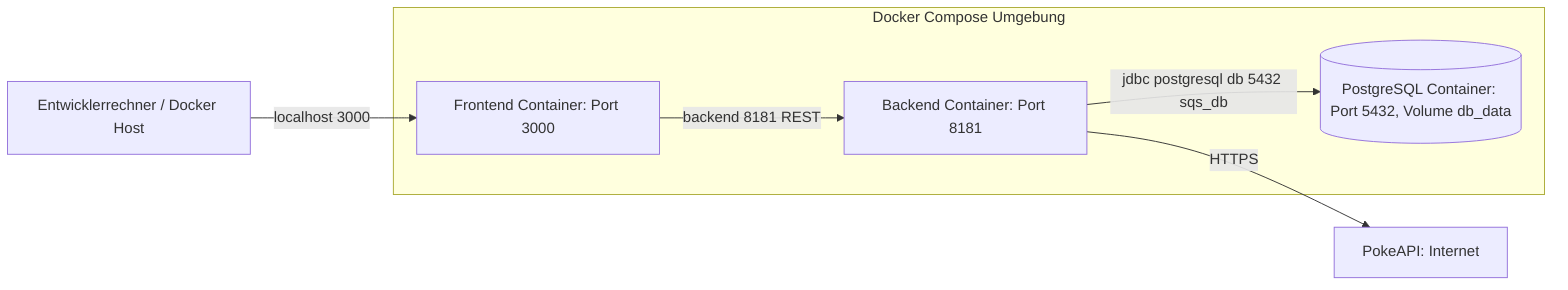
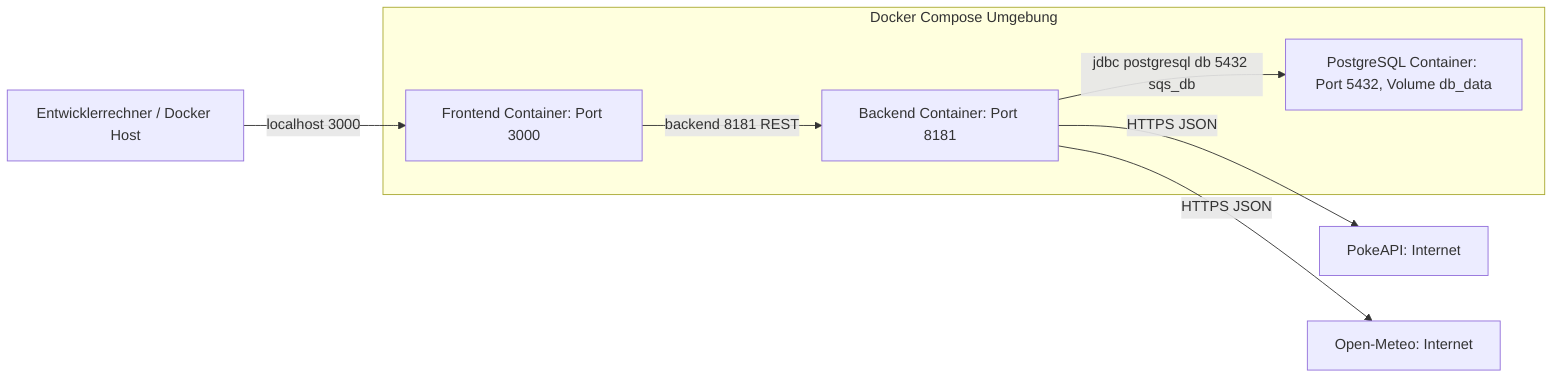
flowchart LR
    DEV["Entwicklerrechner / Docker Host"]

    subgraph COMPOSE["Docker Compose Umgebung"]
        FE["Frontend Container: Port 3000"]
        BE["Backend Container: Port 8181"]
-         PG[(PostgreSQL Container: Port 5432, Volume db_data)]
+         PG["PostgreSQL Container: Port 5432, Volume db_data"]
    end

    POKEAPI["PokeAPI: Internet"]
+     WEATHER["Open-Meteo: Internet"]

    DEV -->|localhost 3000| FE
    FE -->|backend 8181 REST| BE
    BE -->|jdbc postgresql db 5432 sqs_db| PG
-     BE -->|HTTPS| POKEAPI
+     BE -->|HTTPS JSON| POKEAPI
+     BE -->|HTTPS JSON| WEATHER